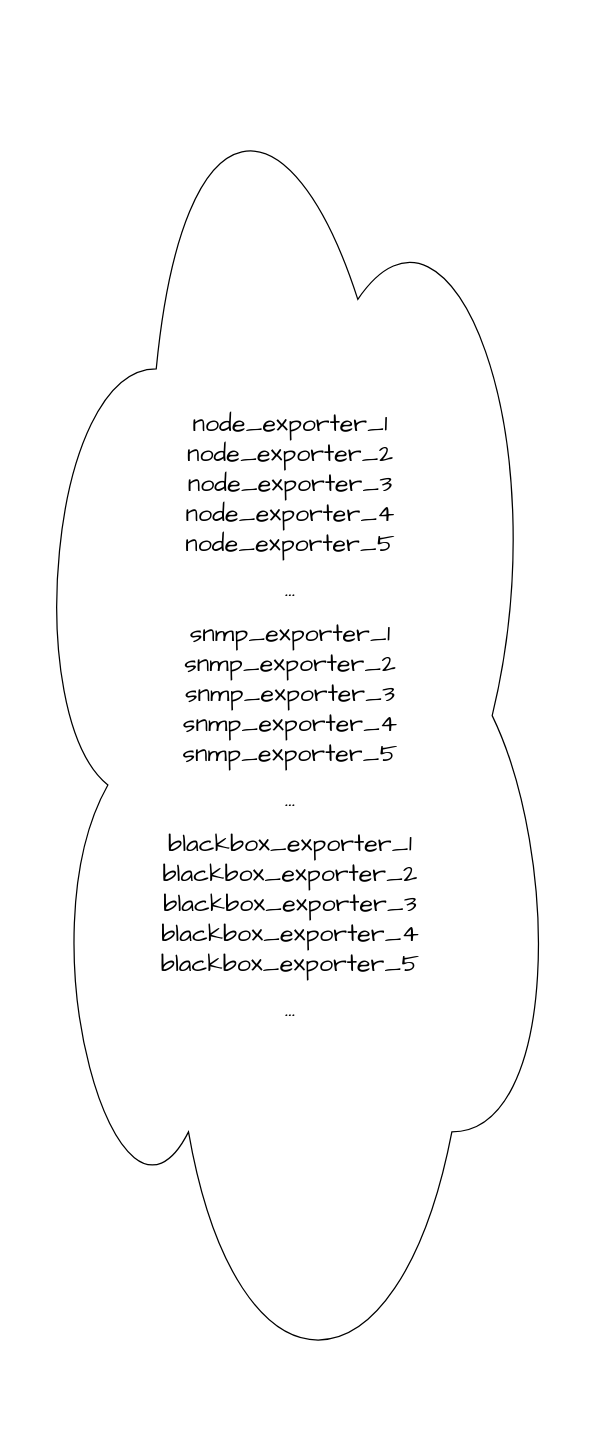
mazikai002/huashan keeps this draw.io diagram as 未命名绘图.drawio. Above is the earlier version. Source tidied: cells renumbered, new cells numbered last; positions are measured from the earlier drawing's top-left corner, leaving out a move shared by most shapes. Both pictures are drawn from the tidied source at 125%, with x=0, y=0 at pixel (21, 21).
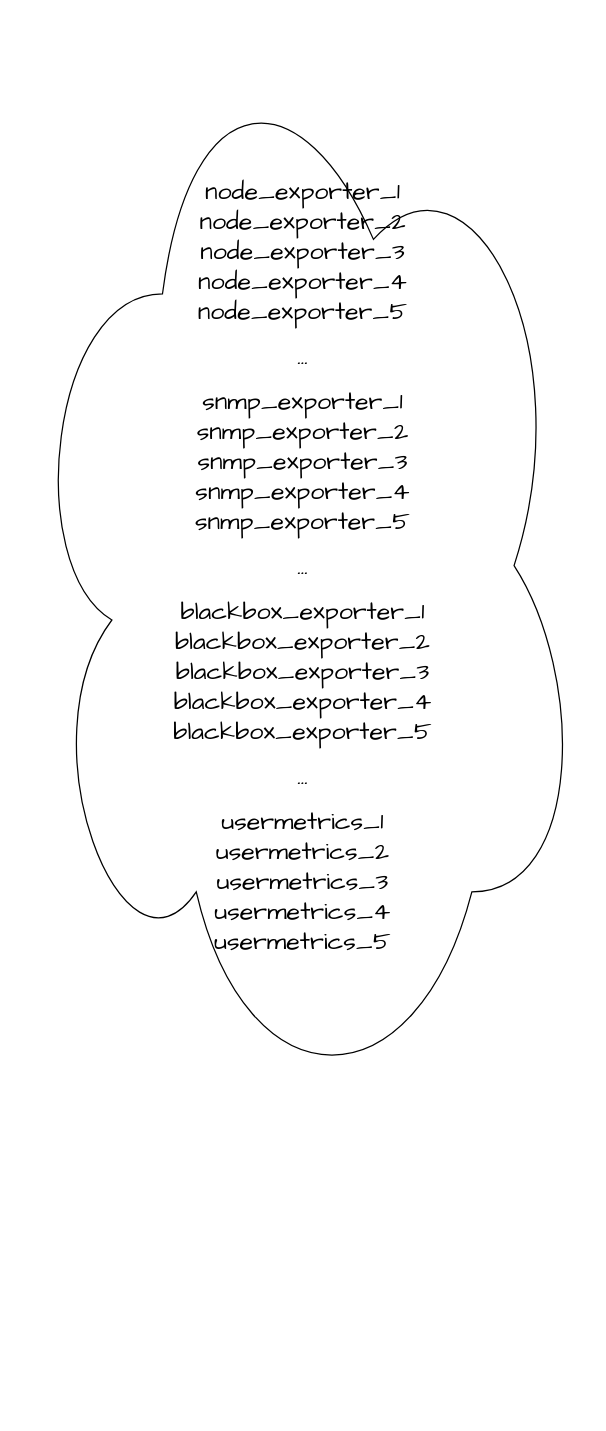
The same diagram, later.

Commit message (it also covers changes not shown here):
更新未命名绘图.drawio

Change to the diagram source:
```diff
@@
 <mxGraphModel>
   <root>
     <mxCell id="0" />
     <mxCell id="1" parent="0" />
-    <mxCell id="2" value="&lt;p&gt;&lt;span style=&quot;font-family: &amp;quot;Comic Sans MS&amp;quot;; font-size: 20px;&quot;&gt;node&lt;/span&gt;&lt;span style=&quot;background-color: initial; font-family: &amp;quot;Comic Sans MS&amp;quot;; font-size: 20px;&quot;&gt;_exporter_1&lt;/span&gt;&lt;span style=&quot;font-family: &amp;quot;Comic Sans MS&amp;quot;; font-size: 20px;&quot;&gt;&lt;br&gt;&lt;/span&gt;&lt;span style=&quot;font-family: &amp;quot;Comic Sans MS&amp;quot;; font-size: 20px;&quot;&gt;node&lt;/span&gt;&lt;span style=&quot;background-color: initial; font-family: &amp;quot;Comic Sans MS&amp;quot;; font-size: 20px;&quot;&gt;_exporter_2&lt;/span&gt;&lt;span style=&quot;background-color: initial; font-family: &amp;quot;Comic Sans MS&amp;quot;; font-size: 20px;&quot;&gt;&lt;br&gt;&lt;/span&gt;&lt;span style=&quot;font-family: &amp;quot;Comic Sans MS&amp;quot;; font-size: 20px;&quot;&gt;node&lt;/span&gt;&lt;span style=&quot;background-color: initial; font-family: &amp;quot;Comic Sans MS&amp;quot;; font-size: 20px;&quot;&gt;_exporter_3&lt;/span&gt;&lt;span style=&quot;font-family: &amp;quot;Comic Sans MS&amp;quot;; font-size: 20px;&quot;&gt;&lt;br&gt;&lt;/span&gt;&lt;span style=&quot;font-family: &amp;quot;Comic Sans MS&amp;quot;; font-size: 20px;&quot;&gt;node&lt;/span&gt;&lt;span style=&quot;background-color: initial; font-family: &amp;quot;Comic Sans MS&amp;quot;; font-size: 20px;&quot;&gt;_exporter&lt;/span&gt;&lt;span style=&quot;font-family: &amp;quot;Comic Sans MS&amp;quot;; font-size: 20px;&quot;&gt;_4&lt;/span&gt;&lt;span style=&quot;font-family: &amp;quot;Comic Sans MS&amp;quot;; font-size: 20px;&quot;&gt;&lt;br&gt;&lt;/span&gt;&lt;span style=&quot;font-family: &amp;quot;Comic Sans MS&amp;quot;; font-size: 20px;&quot;&gt;node&lt;/span&gt;&lt;span style=&quot;background-color: initial; font-family: &amp;quot;Comic Sans MS&amp;quot;; font-size: 20px;&quot;&gt;_exporter_5&lt;/span&gt;&lt;/p&gt;&lt;p&gt;&lt;span style=&quot;background-color: initial; font-family: &amp;quot;Comic Sans MS&amp;quot;; font-size: 20px;&quot;&gt;...&lt;/span&gt;&lt;/p&gt;&lt;p&gt;&lt;span style=&quot;font-family: &amp;quot;Comic Sans MS&amp;quot;; font-size: 20px;&quot;&gt;snmp&lt;/span&gt;&lt;span style=&quot;background-color: initial; font-family: &amp;quot;Comic Sans MS&amp;quot;; font-size: 20px;&quot;&gt;_exporter_1&lt;/span&gt;&lt;span style=&quot;font-family: &amp;quot;Comic Sans MS&amp;quot;; font-size: 20px;&quot;&gt;&lt;br&gt;&lt;/span&gt;&lt;span style=&quot;font-family: &amp;quot;Comic Sans MS&amp;quot;; font-size: 20px;&quot;&gt;snmp&lt;/span&gt;&lt;span style=&quot;background-color: initial; font-family: &amp;quot;Comic Sans MS&amp;quot;; font-size: 20px;&quot;&gt;_exporter_2&lt;/span&gt;&lt;span style=&quot;background-color: initial; font-family: &amp;quot;Comic Sans MS&amp;quot;; font-size: 20px;&quot;&gt;&lt;br&gt;&lt;/span&gt;&lt;span style=&quot;font-family: &amp;quot;Comic Sans MS&amp;quot;; font-size: 20px;&quot;&gt;snmp&lt;/span&gt;&lt;span style=&quot;background-color: initial; font-family: &amp;quot;Comic Sans MS&amp;quot;; font-size: 20px;&quot;&gt;_exporter_3&lt;/span&gt;&lt;span style=&quot;font-family: &amp;quot;Comic Sans MS&amp;quot;; font-size: 20px;&quot;&gt;&lt;br&gt;&lt;/span&gt;&lt;span style=&quot;font-family: &amp;quot;Comic Sans MS&amp;quot;; font-size: 20px;&quot;&gt;snmp&lt;/span&gt;&lt;span style=&quot;background-color: initial; font-family: &amp;quot;Comic Sans MS&amp;quot;; font-size: 20px;&quot;&gt;_exporter_4&lt;/span&gt;&lt;span style=&quot;font-family: &amp;quot;Comic Sans MS&amp;quot;; font-size: 20px;&quot;&gt;&lt;br&gt;&lt;/span&gt;&lt;span style=&quot;font-family: &amp;quot;Comic Sans MS&amp;quot;; font-size: 20px;&quot;&gt;snmp&lt;/span&gt;&lt;span style=&quot;background-color: initial; font-family: &amp;quot;Comic Sans MS&amp;quot;; font-size: 20px;&quot;&gt;_exporter_5&lt;/span&gt;&lt;br&gt;&lt;/p&gt;&lt;p&gt;&lt;span style=&quot;font-family: &amp;quot;Comic Sans MS&amp;quot;; font-size: 20px;&quot;&gt;...&lt;/span&gt;&lt;br&gt;&lt;/p&gt;&lt;p&gt;&lt;/p&gt;&lt;span style=&quot;font-family: &amp;quot;Comic Sans MS&amp;quot;; font-size: 20px;&quot;&gt;blackbox&lt;/span&gt;&lt;span style=&quot;font-family: &amp;quot;Comic Sans MS&amp;quot;; font-size: 20px; background-color: initial;&quot;&gt;_exporter_1&lt;/span&gt;&lt;span style=&quot;font-family: &amp;quot;Comic Sans MS&amp;quot;; font-size: 20px;&quot;&gt;&lt;br&gt;&lt;/span&gt;&lt;span style=&quot;font-family: &amp;quot;Comic Sans MS&amp;quot;; font-size: 20px;&quot;&gt;blackbox&lt;/span&gt;&lt;span style=&quot;font-family: &amp;quot;Comic Sans MS&amp;quot;; font-size: 20px; background-color: initial;&quot;&gt;_exporter_2&lt;br&gt;&lt;/span&gt;&lt;span style=&quot;font-family: &amp;quot;Comic Sans MS&amp;quot;; font-size: 20px;&quot;&gt;blackbox&lt;/span&gt;&lt;span style=&quot;background-color: initial; font-family: &amp;quot;Comic Sans MS&amp;quot;; font-size: 20px;&quot;&gt;_exporter_3&lt;/span&gt;&lt;span style=&quot;font-family: &amp;quot;Comic Sans MS&amp;quot;; font-size: 20px;&quot;&gt;&lt;br&gt;&lt;/span&gt;&lt;span style=&quot;font-family: &amp;quot;Comic Sans MS&amp;quot;; font-size: 20px;&quot;&gt;blackbox&lt;/span&gt;&lt;span style=&quot;background-color: initial; font-family: &amp;quot;Comic Sans MS&amp;quot;; font-size: 20px;&quot;&gt;_exporter_4&lt;/span&gt;&lt;span style=&quot;font-family: &amp;quot;Comic Sans MS&amp;quot;; font-size: 20px;&quot;&gt;&lt;br&gt;&lt;/span&gt;&lt;span style=&quot;font-family: &amp;quot;Comic Sans MS&amp;quot;; font-size: 20px;&quot;&gt;blackbox&lt;/span&gt;&lt;span style=&quot;background-color: initial; font-family: &amp;quot;Comic Sans MS&amp;quot;; font-size: 20px;&quot;&gt;_exporter_5&lt;/span&gt;&lt;span style=&quot;font-family: &amp;quot;Comic Sans MS&amp;quot;; font-size: 20px;&quot;&gt;&lt;br&gt;&lt;/span&gt;&lt;p&gt;&lt;span style=&quot;font-family: &amp;quot;Comic Sans MS&amp;quot;; font-size: 20px;&quot;&gt;...&lt;/span&gt;&lt;br&gt;&lt;/p&gt;" style="ellipse;shape=cloud;whiteSpace=wrap;html=1;" parent="1" vertex="1">
-      <mxGeometry width="430" height="1110" as="geometry" />
+    <mxCell id="2" value="&lt;p&gt;&lt;span style=&quot;font-family: &amp;quot;Comic Sans MS&amp;quot;; font-size: 20px;&quot;&gt;node&lt;/span&gt;&lt;span style=&quot;background-color: initial; font-family: &amp;quot;Comic Sans MS&amp;quot;; font-size: 20px;&quot;&gt;_exporter_1&lt;/span&gt;&lt;span style=&quot;font-family: &amp;quot;Comic Sans MS&amp;quot;; font-size: 20px;&quot;&gt;&lt;br&gt;&lt;/span&gt;&lt;span style=&quot;font-family: &amp;quot;Comic Sans MS&amp;quot;; font-size: 20px;&quot;&gt;node&lt;/span&gt;&lt;span style=&quot;background-color: initial; font-family: &amp;quot;Comic Sans MS&amp;quot;; font-size: 20px;&quot;&gt;_exporter_2&lt;/span&gt;&lt;span style=&quot;background-color: initial; font-family: &amp;quot;Comic Sans MS&amp;quot;; font-size: 20px;&quot;&gt;&lt;br&gt;&lt;/span&gt;&lt;span style=&quot;font-family: &amp;quot;Comic Sans MS&amp;quot;; font-size: 20px;&quot;&gt;node&lt;/span&gt;&lt;span style=&quot;background-color: initial; font-family: &amp;quot;Comic Sans MS&amp;quot;; font-size: 20px;&quot;&gt;_exporter_3&lt;/span&gt;&lt;span style=&quot;font-family: &amp;quot;Comic Sans MS&amp;quot;; font-size: 20px;&quot;&gt;&lt;br&gt;&lt;/span&gt;&lt;span style=&quot;font-family: &amp;quot;Comic Sans MS&amp;quot;; font-size: 20px;&quot;&gt;node&lt;/span&gt;&lt;span style=&quot;background-color: initial; font-family: &amp;quot;Comic Sans MS&amp;quot;; font-size: 20px;&quot;&gt;_exporter&lt;/span&gt;&lt;span style=&quot;font-family: &amp;quot;Comic Sans MS&amp;quot;; font-size: 20px;&quot;&gt;_4&lt;/span&gt;&lt;span style=&quot;font-family: &amp;quot;Comic Sans MS&amp;quot;; font-size: 20px;&quot;&gt;&lt;br&gt;&lt;/span&gt;&lt;span style=&quot;font-family: &amp;quot;Comic Sans MS&amp;quot;; font-size: 20px;&quot;&gt;node&lt;/span&gt;&lt;span style=&quot;background-color: initial; font-family: &amp;quot;Comic Sans MS&amp;quot;; font-size: 20px;&quot;&gt;_exporter_5&lt;/span&gt;&lt;/p&gt;&lt;p&gt;&lt;span style=&quot;background-color: initial; font-family: &amp;quot;Comic Sans MS&amp;quot;; font-size: 20px;&quot;&gt;...&lt;/span&gt;&lt;/p&gt;&lt;p&gt;&lt;span style=&quot;font-family: &amp;quot;Comic Sans MS&amp;quot;; font-size: 20px;&quot;&gt;snmp&lt;/span&gt;&lt;span style=&quot;background-color: initial; font-family: &amp;quot;Comic Sans MS&amp;quot;; font-size: 20px;&quot;&gt;_exporter_1&lt;/span&gt;&lt;span style=&quot;font-family: &amp;quot;Comic Sans MS&amp;quot;; font-size: 20px;&quot;&gt;&lt;br&gt;&lt;/span&gt;&lt;span style=&quot;font-family: &amp;quot;Comic Sans MS&amp;quot;; font-size: 20px;&quot;&gt;snmp&lt;/span&gt;&lt;span style=&quot;background-color: initial; font-family: &amp;quot;Comic Sans MS&amp;quot;; font-size: 20px;&quot;&gt;_exporter_2&lt;/span&gt;&lt;span style=&quot;background-color: initial; font-family: &amp;quot;Comic Sans MS&amp;quot;; font-size: 20px;&quot;&gt;&lt;br&gt;&lt;/span&gt;&lt;span style=&quot;font-family: &amp;quot;Comic Sans MS&amp;quot;; font-size: 20px;&quot;&gt;snmp&lt;/span&gt;&lt;span style=&quot;background-color: initial; font-family: &amp;quot;Comic Sans MS&amp;quot;; font-size: 20px;&quot;&gt;_exporter_3&lt;/span&gt;&lt;span style=&quot;font-family: &amp;quot;Comic Sans MS&amp;quot;; font-size: 20px;&quot;&gt;&lt;br&gt;&lt;/span&gt;&lt;span style=&quot;font-family: &amp;quot;Comic Sans MS&amp;quot;; font-size: 20px;&quot;&gt;snmp&lt;/span&gt;&lt;span style=&quot;background-color: initial; font-family: &amp;quot;Comic Sans MS&amp;quot;; font-size: 20px;&quot;&gt;_exporter_4&lt;/span&gt;&lt;span style=&quot;font-family: &amp;quot;Comic Sans MS&amp;quot;; font-size: 20px;&quot;&gt;&lt;br&gt;&lt;/span&gt;&lt;span style=&quot;font-family: &amp;quot;Comic Sans MS&amp;quot;; font-size: 20px;&quot;&gt;snmp&lt;/span&gt;&lt;span style=&quot;background-color: initial; font-family: &amp;quot;Comic Sans MS&amp;quot;; font-size: 20px;&quot;&gt;_exporter_5&lt;/span&gt;&lt;br&gt;&lt;/p&gt;&lt;p&gt;&lt;span style=&quot;font-family: &amp;quot;Comic Sans MS&amp;quot;; font-size: 20px;&quot;&gt;...&lt;/span&gt;&lt;br&gt;&lt;/p&gt;&lt;p&gt;&lt;/p&gt;&lt;span style=&quot;font-family: &amp;quot;Comic Sans MS&amp;quot;; font-size: 20px;&quot;&gt;blackbox&lt;/span&gt;&lt;span style=&quot;font-family: &amp;quot;Comic Sans MS&amp;quot;; font-size: 20px; background-color: initial;&quot;&gt;_exporter_1&lt;/span&gt;&lt;span style=&quot;font-family: &amp;quot;Comic Sans MS&amp;quot;; font-size: 20px;&quot;&gt;&lt;br&gt;&lt;/span&gt;&lt;span style=&quot;font-family: &amp;quot;Comic Sans MS&amp;quot;; font-size: 20px;&quot;&gt;blackbox&lt;/span&gt;&lt;span style=&quot;font-family: &amp;quot;Comic Sans MS&amp;quot;; font-size: 20px; background-color: initial;&quot;&gt;_exporter_2&lt;br&gt;&lt;/span&gt;&lt;span style=&quot;font-family: &amp;quot;Comic Sans MS&amp;quot;; font-size: 20px;&quot;&gt;blackbox&lt;/span&gt;&lt;span style=&quot;background-color: initial; font-family: &amp;quot;Comic Sans MS&amp;quot;; font-size: 20px;&quot;&gt;_exporter_3&lt;/span&gt;&lt;span style=&quot;font-family: &amp;quot;Comic Sans MS&amp;quot;; font-size: 20px;&quot;&gt;&lt;br&gt;&lt;/span&gt;&lt;span style=&quot;font-family: &amp;quot;Comic Sans MS&amp;quot;; font-size: 20px;&quot;&gt;blackbox&lt;/span&gt;&lt;span style=&quot;background-color: initial; font-family: &amp;quot;Comic Sans MS&amp;quot;; font-size: 20px;&quot;&gt;_exporter_4&lt;/span&gt;&lt;span style=&quot;font-family: &amp;quot;Comic Sans MS&amp;quot;; font-size: 20px;&quot;&gt;&lt;br&gt;&lt;/span&gt;&lt;span style=&quot;font-family: &amp;quot;Comic Sans MS&amp;quot;; font-size: 20px;&quot;&gt;blackbox&lt;/span&gt;&lt;span style=&quot;background-color: initial; font-family: &amp;quot;Comic Sans MS&amp;quot;; font-size: 20px;&quot;&gt;_exporter_5&lt;/span&gt;&lt;span style=&quot;font-family: &amp;quot;Comic Sans MS&amp;quot;; font-size: 20px;&quot;&gt;&lt;br&gt;&lt;/span&gt;&lt;p&gt;&lt;span style=&quot;font-family: &amp;quot;Comic Sans MS&amp;quot;; font-size: 20px;&quot;&gt;...&lt;/span&gt;&lt;br&gt;&lt;/p&gt;&lt;p&gt;&lt;span style=&quot;background-color: initial; font-family: &amp;quot;Comic Sans MS&amp;quot;; font-size: 20px;&quot;&gt;usermetrics_1&lt;/span&gt;&lt;span style=&quot;font-family: &amp;quot;Comic Sans MS&amp;quot;; font-size: 20px;&quot;&gt;&lt;br&gt;&lt;/span&gt;&lt;span style=&quot;font-family: &amp;quot;Comic Sans MS&amp;quot;; font-size: 20px;&quot;&gt;usermetrics&lt;/span&gt;&lt;span style=&quot;background-color: initial; font-family: &amp;quot;Comic Sans MS&amp;quot;; font-size: 20px;&quot;&gt;_2&lt;br&gt;&lt;/span&gt;&lt;span style=&quot;font-family: &amp;quot;Comic Sans MS&amp;quot;; font-size: 20px;&quot;&gt;usermetrics&lt;/span&gt;&lt;span style=&quot;background-color: initial; font-family: &amp;quot;Comic Sans MS&amp;quot;; font-size: 20px;&quot;&gt;_3&lt;/span&gt;&lt;span style=&quot;font-family: &amp;quot;Comic Sans MS&amp;quot;; font-size: 20px;&quot;&gt;&lt;br&gt;&lt;/span&gt;&lt;span style=&quot;font-family: &amp;quot;Comic Sans MS&amp;quot;; font-size: 20px;&quot;&gt;usermetrics&lt;/span&gt;&lt;span style=&quot;background-color: initial; font-family: &amp;quot;Comic Sans MS&amp;quot;; font-size: 20px;&quot;&gt;_4&lt;/span&gt;&lt;span style=&quot;font-family: &amp;quot;Comic Sans MS&amp;quot;; font-size: 20px;&quot;&gt;&lt;br&gt;&lt;/span&gt;&lt;span style=&quot;font-family: &amp;quot;Comic Sans MS&amp;quot;; font-size: 20px;&quot;&gt;usermetrics&lt;/span&gt;&lt;span style=&quot;background-color: initial; font-family: &amp;quot;Comic Sans MS&amp;quot;; font-size: 20px;&quot;&gt;_5&lt;/span&gt;&lt;br&gt;&lt;/p&gt;" style="ellipse;shape=cloud;whiteSpace=wrap;html=1;" parent="1" vertex="1">
+      <mxGeometry width="450" height="870" as="geometry" />
     </mxCell>
   </root>
 </mxGraphModel>
```
